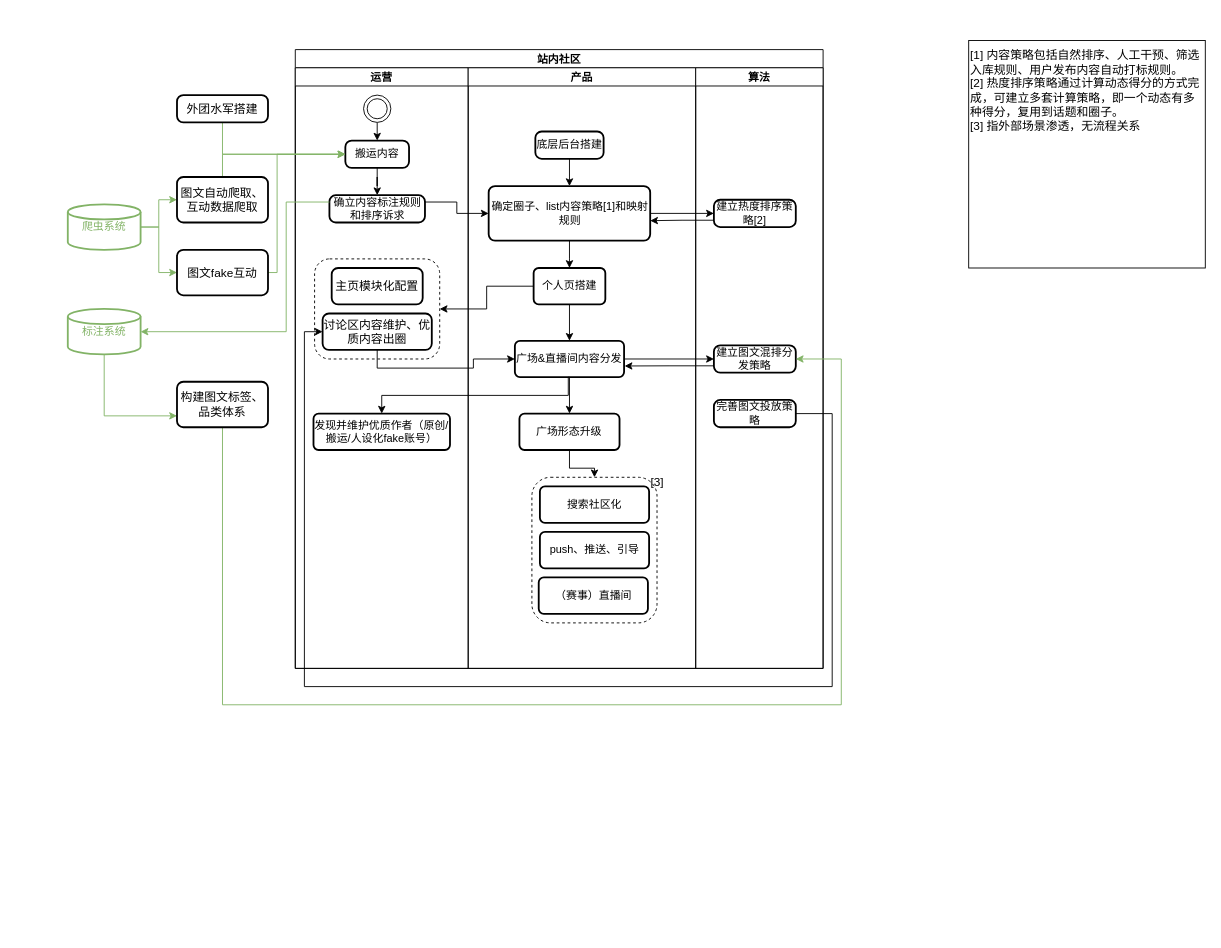
Before: huya_community_workflow.drawio in GraceYongqi/huya_design, a draw.io diagram. Source tidied: cells renumbered, new cells numbered last; positions are measured from the earlier drawing's top-left corner, leaving out a move shared by most shapes. Both pictures are drawn from the tidied source at 91%, with x=0, y=0 at pixel (67, 40).
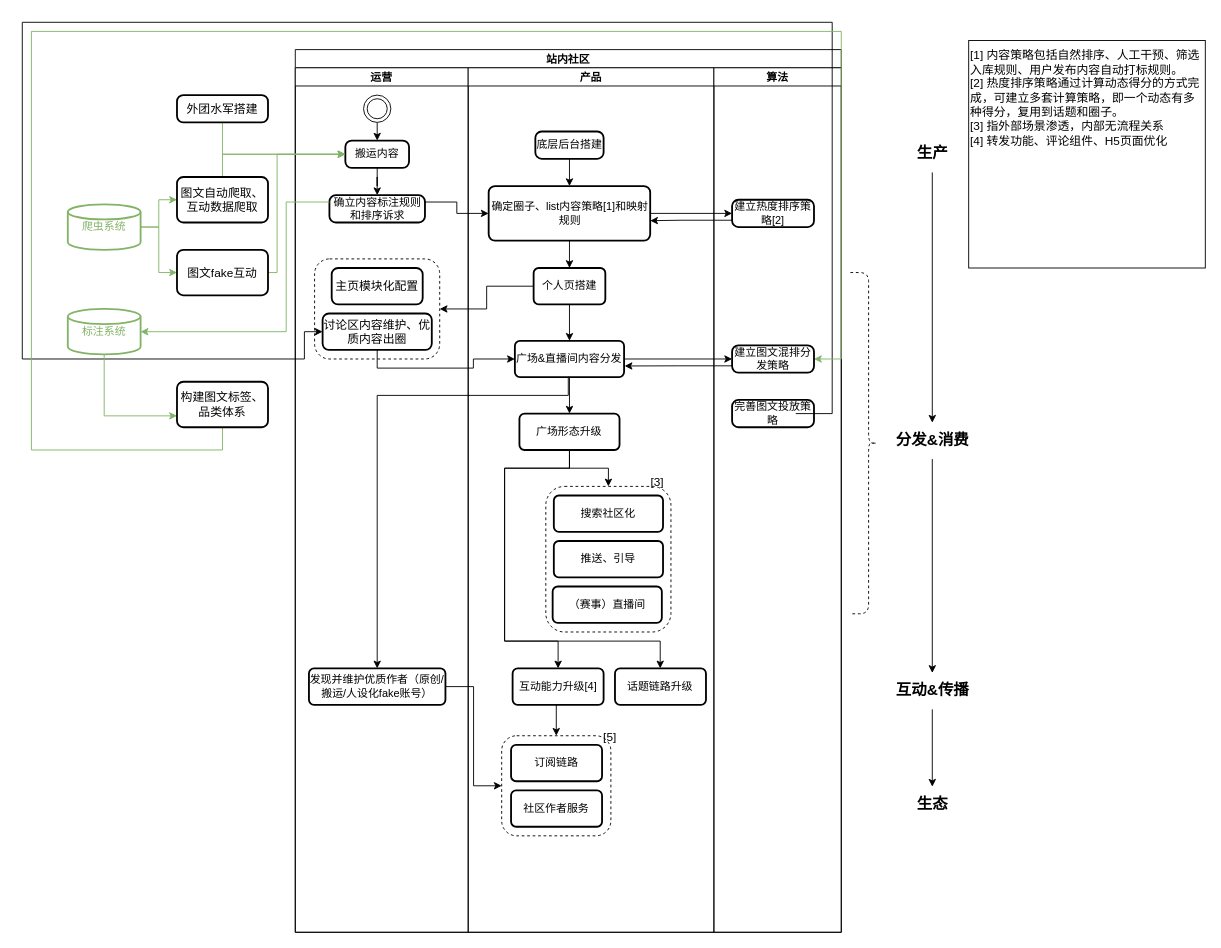
The same diagram, later.

Unchanged cells that the change refers to:
```xml
<mxCell id="10" value="讨论区内容维护、优质内容出圈" style="rounded=1;whiteSpace=wrap;html=1;absoluteArcSize=1;arcSize=14;strokeWidth=2;fontSize=13;" parent="3" vertex="1">
  <mxGeometry x="30" y="270" width="120" height="40" as="geometry" />
</mxCell>
<mxCell id="21" value="广场&amp;amp;直播间内容分发" style="whiteSpace=wrap;html=1;rounded=1;arcSize=14;strokeWidth=2;" parent="13" vertex="1">
  <mxGeometry x="51.3" y="300" width="120" height="40" as="geometry" />
</mxCell>
<mxCell id="22" value="广场形态升级" style="whiteSpace=wrap;html=1;rounded=1;arcSize=14;strokeWidth=2;" parent="13" vertex="1">
  <mxGeometry x="56.3" y="380" width="110" height="40" as="geometry" />
</mxCell>
<mxCell id="33" value="建立图文混排分发策略" style="rounded=1;whiteSpace=wrap;html=1;absoluteArcSize=1;arcSize=14;strokeWidth=2;" parent="31" vertex="1">
  <mxGeometry x="20" y="305" width="90" height="30" as="geometry" />
</mxCell>
<mxCell id="58" value="构建图文标签、品类体系" style="rounded=1;whiteSpace=wrap;html=1;absoluteArcSize=1;arcSize=14;strokeWidth=2;fontSize=13;" parent="1" vertex="1">
  <mxGeometry x="120" y="375" width="100" height="50" as="geometry" />
</mxCell>
```

Diff of the diagram source:
```diff
@@
     <mxCell id="2" value="站内社区" style="swimlane;startSize=20;" parent="1" vertex="1">
-      <mxGeometry x="250" y="10" width="580" height="680" as="geometry" />
+      <mxGeometry x="250" y="10" width="600" height="970" as="geometry" />
     </mxCell>
     <mxCell id="3" value="运营" style="swimlane;startSize=20;" parent="2" vertex="1">
-      <mxGeometry y="20" width="190" height="660" as="geometry" />
+      <mxGeometry y="20" width="190" height="950" as="geometry" />
     </mxCell>
@@
     <mxCell id="12" value="发现并维护优质作者（原创/搬运/人设化fake账号）" style="whiteSpace=wrap;html=1;rounded=1;arcSize=14;strokeWidth=2;" parent="3" vertex="1">
-      <mxGeometry x="20" y="380" width="150" height="40" as="geometry" />
+      <mxGeometry x="15" y="660" width="150" height="40" as="geometry" />
     </mxCell>
     <mxCell id="13" value="产品" style="swimlane;startSize=20;" parent="2" vertex="1">
-      <mxGeometry x="190" y="20" width="250" height="660" as="geometry" />
+      <mxGeometry x="190" y="20" width="270" height="950" as="geometry" />
     </mxCell>
@@
+    <mxCell id="59" style="edgeStyle=orthogonalEdgeStyle;rounded=0;jettySize=auto;html=1;exitX=0.5;exitY=1;exitDx=0;exitDy=0;fontSize=17;fontColor=#000000;strokeColor=#000000;entryX=0.5;entryY=0;entryDx=0;entryDy=0;" parent="13" edge="1" source="22" target="63">
+      <mxGeometry relative="1" as="geometry">
+        <Array as="points">
+          <mxPoint x="111" y="440" />
+          <mxPoint x="40" y="440" />
+          <mxPoint x="40" y="630" />
+          <mxPoint x="99" y="630" />
+        </Array>
+      </mxGeometry>
+    </mxCell>
+    <mxCell id="60" style="edgeStyle=orthogonalEdgeStyle;rounded=0;jettySize=auto;html=1;exitX=0.5;exitY=1;exitDx=0;exitDy=0;fontSize=13;fontColor=#000000;strokeColor=#000000;" parent="13" edge="1" source="22" target="64">
+      <mxGeometry relative="1" as="geometry">
+        <Array as="points">
+          <mxPoint x="111" y="440" />
+          <mxPoint x="40" y="440" />
+          <mxPoint x="40" y="630" />
+          <mxPoint x="211" y="630" />
+        </Array>
+      </mxGeometry>
+    </mxCell>
@@
-    <mxCell id="24" style="group;" parent="13" vertex="1">
-      <mxGeometry x="70" y="440" width="168.1" height="170" as="geometry" />
-    </mxCell>
+    <mxCell id="28" style="group;" parent="13" vertex="1">
+      <mxGeometry x="70" y="440" width="168.1" height="180" as="geometry" />
+    </mxCell>
+    <mxCell id="29" value="&lt;font color=&quot;#000000&quot;&gt;[3]&lt;/font&gt;" style="text;html=1;strokeColor=none;fillColor=none;align=center;verticalAlign=middle;whiteSpace=wrap;rounded=0;dashed=1;fontSize=13;fontColor=#FF3333;" parent="28" vertex="1">
+      <mxGeometry x="108.1" width="60" height="30" as="geometry" />
+    </mxCell>
+    <mxCell id="30" style="rounded=1;whiteSpace=wrap;html=1;fontSize=13;fontColor=#FF3333;strokeColor=#000000;fillColor=none;dashed=1;" parent="28" vertex="1">
+      <mxGeometry x="15.3" y="20" width="137.5" height="160" as="geometry" />
+    </mxCell>
+    <mxCell id="61" style="group;" parent="28" vertex="1">
+      <mxGeometry x="22.8" y="30" width="121.3" height="140" as="geometry" />
+    </mxCell>
-    <mxCell id="25" value="搜索社区化" style="whiteSpace=wrap;html=1;rounded=1;arcSize=14;strokeWidth=2;" parent="24" vertex="1">
-      <mxGeometry x="8.8" y="20" width="120" height="40" as="geometry" />
+    <mxCell id="25" value="搜索社区化" style="whiteSpace=wrap;html=1;rounded=1;arcSize=14;strokeWidth=2;" parent="61" vertex="1">
+      <mxGeometry x="1.3" width="120" height="40" as="geometry" />
     </mxCell>
-    <mxCell id="26" value="push、推送、引导" style="whiteSpace=wrap;html=1;rounded=1;arcSize=14;strokeWidth=2;" parent="24" vertex="1">
-      <mxGeometry x="8.8" y="70" width="120" height="40" as="geometry" />
+    <mxCell id="26" value="推送、引导" style="whiteSpace=wrap;html=1;rounded=1;arcSize=14;strokeWidth=2;" parent="61" vertex="1">
+      <mxGeometry x="1.3" y="50" width="120" height="40" as="geometry" />
     </mxCell>
-    <mxCell id="27" value="（赛事）直播间" style="whiteSpace=wrap;html=1;rounded=1;arcSize=14;strokeWidth=2;" parent="24" vertex="1">
-      <mxGeometry x="7.5" y="120" width="120" height="40" as="geometry" />
+    <mxCell id="27" value="（赛事）直播间" style="whiteSpace=wrap;html=1;rounded=1;arcSize=14;strokeWidth=2;" parent="61" vertex="1">
+      <mxGeometry y="100" width="120" height="40" as="geometry" />
     </mxCell>
-    <mxCell id="28" style="group;" parent="24" vertex="1">
-      <mxGeometry width="168.1" height="170" as="geometry" />
-    </mxCell>
-    <mxCell id="29" value="&lt;font color=&quot;#000000&quot;&gt;[3]&lt;/font&gt;" style="text;html=1;strokeColor=none;fillColor=none;align=center;verticalAlign=middle;whiteSpace=wrap;rounded=0;dashed=1;fontSize=13;fontColor=#FF3333;" parent="28" vertex="1">
-      <mxGeometry x="108.1" width="60" height="30" as="geometry" />
-    </mxCell>
-    <mxCell id="30" style="rounded=1;whiteSpace=wrap;html=1;fontSize=13;fontColor=#FF3333;strokeColor=#000000;fillColor=none;dashed=1;" parent="28" vertex="1">
-      <mxGeometry y="10" width="137.5" height="160" as="geometry" />
-    </mxCell>
+    <mxCell id="62" style="edgeStyle=orthogonalEdgeStyle;rounded=0;jettySize=auto;html=1;exitX=0.5;exitY=1;exitDx=0;exitDy=0;entryX=0.5;entryY=0;entryDx=0;entryDy=0;fontSize=17;fontColor=#000000;strokeColor=#000000;" parent="13" edge="1" source="63" target="70">
+      <mxGeometry relative="1" as="geometry" />
+    </mxCell>
+    <mxCell id="63" value="互动能力升级[4]" style="whiteSpace=wrap;html=1;rounded=1;arcSize=14;strokeWidth=2;" parent="13" vertex="1">
+      <mxGeometry x="48.8" y="660" width="100" height="40" as="geometry" />
+    </mxCell>
+    <mxCell id="64" value="话题链路升级" style="whiteSpace=wrap;html=1;rounded=1;arcSize=14;strokeWidth=2;" parent="13" vertex="1">
+      <mxGeometry x="161.3" y="660" width="100" height="40" as="geometry" />
+    </mxCell>
+    <mxCell id="65" style="group;" parent="13" vertex="1">
+      <mxGeometry x="36.8" y="720" width="149" height="124" as="geometry" />
+    </mxCell>
+    <mxCell id="66" value="[5]" style="text;html=1;strokeColor=none;fillColor=none;align=center;verticalAlign=middle;whiteSpace=wrap;rounded=0;dashed=1;fontSize=13;fontColor=#000000;" parent="65" vertex="1">
+      <mxGeometry x="89" width="60" height="30" as="geometry" />
+    </mxCell>
+    <mxCell id="67" style="group;" parent="65" vertex="1">
+      <mxGeometry y="14" width="120" height="110" as="geometry" />
+    </mxCell>
+    <mxCell id="68" value="订阅链路" style="whiteSpace=wrap;html=1;rounded=1;arcSize=14;strokeWidth=2;" parent="67" vertex="1">
+      <mxGeometry x="10.3" y="10" width="100" height="40" as="geometry" />
+    </mxCell>
+    <mxCell id="69" value="社区作者服务" style="whiteSpace=wrap;html=1;rounded=1;arcSize=14;strokeWidth=2;" parent="67" vertex="1">
+      <mxGeometry x="10.3" y="60" width="100" height="40" as="geometry" />
+    </mxCell>
+    <mxCell id="70" style="rounded=1;whiteSpace=wrap;html=1;dashed=1;fontSize=17;fontColor=#000000;strokeColor=#000000;fillColor=none;" parent="67" vertex="1">
+      <mxGeometry width="120" height="110" as="geometry" />
+    </mxCell>
     <mxCell id="31" value="算法" style="swimlane;startSize=20;" parent="2" vertex="1">
-      <mxGeometry x="440" y="20" width="140" height="660" as="geometry" />
+      <mxGeometry x="460" y="20" width="140" height="950" as="geometry" />
     </mxCell>
@@
     <mxCell id="36" style="edgeStyle=orthogonalEdgeStyle;rounded=0;jettySize=auto;html=1;fontSize=13;strokeColor=#000000;entryX=0;entryY=0.5;entryDx=0;entryDy=0;" parent="2" edge="1" target="10">
       <mxGeometry relative="1" as="geometry">
         <mxPoint x="550" y="400" as="sourcePoint" />
         <Array as="points">
           <mxPoint x="590" y="400" />
-          <mxPoint x="590" y="700" />
-          <mxPoint x="10" y="700" />
+          <mxPoint x="590" y="-30" />
+          <mxPoint x="-300" y="-30" />
+          <mxPoint x="-300" y="340" />
+          <mxPoint x="10" y="340" />
           <mxPoint x="10" y="310" />
         </Array>
       </mxGeometry>
     </mxCell>
@@
     <mxCell id="43" style="edgeStyle=orthogonalEdgeStyle;rounded=0;jettySize=auto;html=1;exitX=0.5;exitY=1;exitDx=0;exitDy=0;entryX=0.5;entryY=0;entryDx=0;entryDy=0;fontSize=13;fontColor=#000000;strokeColor=#000000;" parent="2" edge="1" source="21" target="12">
       <mxGeometry relative="1" as="geometry">
         <Array as="points">
           <mxPoint x="300" y="360" />
           <mxPoint x="300" y="380" />
-          <mxPoint x="95" y="380" />
+          <mxPoint x="90" y="380" />
         </Array>
       </mxGeometry>
     </mxCell>
+    <mxCell id="71" style="edgeStyle=orthogonalEdgeStyle;rounded=0;jettySize=auto;html=1;exitX=1;exitY=0.5;exitDx=0;exitDy=0;entryX=0;entryY=0.5;entryDx=0;entryDy=0;fontSize=13;fontColor=#000000;strokeColor=#000000;" parent="2" edge="1" source="12" target="70">
+      <mxGeometry relative="1" as="geometry" />
+    </mxCell>
-    <mxCell id="44" value="&lt;span style=&quot;font-size: 13px&quot;&gt;[1] 内容策略包括自然排序、人工干预、筛选入库规则、用户发布内容自动打标规则。&lt;br style=&quot;font-size: 13px&quot;&gt;[2] 热度排序策略通过计算动态得分的方式完成，可建立多套计算策略，即一个动态有多种得分，复用到话题和圈子。&lt;br&gt;[3] 指外部场景渗透，无流程关系&lt;br style=&quot;font-size: 13px&quot;&gt;&lt;/span&gt;" style="rounded=0;whiteSpace=wrap;html=1;align=left;verticalAlign=top;fontSize=13;spacingTop=2;spacing=2;" parent="1" vertex="1">
+    <mxCell id="44" value="&lt;span style=&quot;font-size: 13px&quot;&gt;[1] 内容策略包括自然排序、人工干预、筛选入库规则、用户发布内容自动打标规则。&lt;br style=&quot;font-size: 13px&quot;&gt;[2] 热度排序策略通过计算动态得分的方式完成，可建立多套计算策略，即一个动态有多种得分，复用到话题和圈子。&lt;br&gt;[3] 指外部场景渗透，内部无流程关系&lt;br&gt;[4] 转发功能、评论组件、H5页面优化&lt;br style=&quot;font-size: 13px&quot;&gt;&lt;/span&gt;" style="rounded=0;whiteSpace=wrap;html=1;align=left;verticalAlign=top;fontSize=13;spacingTop=2;spacing=2;" parent="1" vertex="1">
       <mxGeometry x="990" width="260" height="250" as="geometry" />
     </mxCell>
@@
     <mxCell id="57" style="edgeStyle=orthogonalEdgeStyle;rounded=0;jettySize=auto;html=1;exitX=0.5;exitY=1;exitDx=0;exitDy=0;fontSize=13;fontColor=#82B366;strokeColor=#82B366;entryX=1;entryY=0.5;entryDx=0;entryDy=0;" parent="1" edge="1" source="58" target="33">
       <mxGeometry relative="1" as="geometry">
         <Array as="points">
-          <mxPoint x="170" y="730" />
-          <mxPoint x="850" y="730" />
+          <mxPoint x="170" y="450" />
+          <mxPoint x="-40" y="450" />
+          <mxPoint x="-40" y="-10" />
+          <mxPoint x="850" y="-10" />
           <mxPoint x="850" y="350" />
         </Array>
       </mxGeometry>
     </mxCell>
@@
+    <mxCell id="72" style="edgeStyle=orthogonalEdgeStyle;rounded=0;jettySize=auto;html=1;fontSize=17;fontColor=#000000;strokeColor=#000000;" parent="1" edge="1" source="73" target="75">
+      <mxGeometry relative="1" as="geometry" />
+    </mxCell>
+    <mxCell id="73" value="生产" style="text;strokeColor=none;fillColor=none;html=1;fontSize=17;fontStyle=1;verticalAlign=middle;align=center;dashed=1;fontColor=#000000;" parent="1" vertex="1">
+      <mxGeometry x="900" y="105" width="100" height="40" as="geometry" />
+    </mxCell>
+    <mxCell id="74" style="edgeStyle=orthogonalEdgeStyle;rounded=0;jettySize=auto;html=1;fontSize=17;fontColor=#000000;strokeColor=#000000;" parent="1" edge="1" source="75" target="77">
+      <mxGeometry relative="1" as="geometry" />
+    </mxCell>
+    <mxCell id="75" value="分发&amp;amp;消费" style="text;strokeColor=none;fillColor=none;html=1;fontSize=17;fontStyle=1;verticalAlign=middle;align=center;dashed=1;fontColor=#000000;" parent="1" vertex="1">
+      <mxGeometry x="900" y="420" width="100" height="40" as="geometry" />
+    </mxCell>
+    <mxCell id="76" style="edgeStyle=orthogonalEdgeStyle;rounded=0;jettySize=auto;html=1;fontSize=17;fontColor=#000000;strokeColor=#000000;" parent="1" edge="1" source="77" target="78">
+      <mxGeometry relative="1" as="geometry" />
+    </mxCell>
+    <mxCell id="77" value="互动&amp;amp;传播" style="text;strokeColor=none;fillColor=none;html=1;fontSize=17;fontStyle=1;verticalAlign=middle;align=center;dashed=1;fontColor=#000000;" parent="1" vertex="1">
+      <mxGeometry x="900" y="695" width="100" height="40" as="geometry" />
+    </mxCell>
+    <mxCell id="78" value="生态" style="text;strokeColor=none;fillColor=none;html=1;fontSize=17;fontStyle=1;verticalAlign=middle;align=center;dashed=1;fontColor=#000000;" parent="1" vertex="1">
+      <mxGeometry x="900" y="820" width="100" height="40" as="geometry" />
+    </mxCell>
+    <mxCell id="79" style="shape=curlyBracket;whiteSpace=wrap;html=1;rounded=1;flipH=1;dashed=1;fontSize=17;fontColor=#000000;strokeColor=#000000;fillColor=none;size=0.3333333333333333;" parent="1" vertex="1">
+      <mxGeometry x="860" y="255" width="30" height="375" as="geometry" />
+    </mxCell>
```
